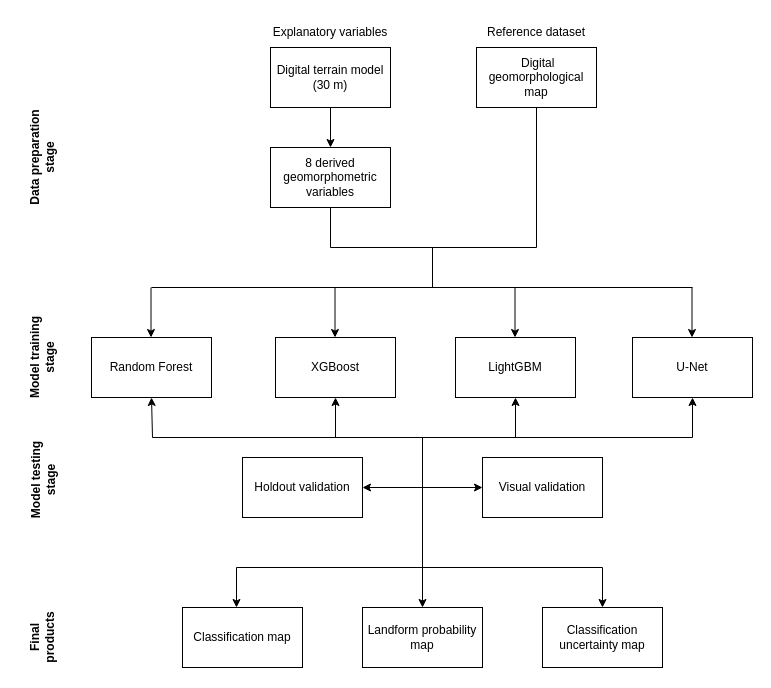
Before: figures/01_flowchart.drawio in kadyb/geomorph_classification, a draw.io diagram. Source tidied: cells renumbered, new cells numbered last; positions are measured from the earlier drawing's top-left corner, leaving out a move shared by most shapes. Both pictures are drawn from the tidied source at 100%, with x=0, y=0 at pixel (-8, 17).
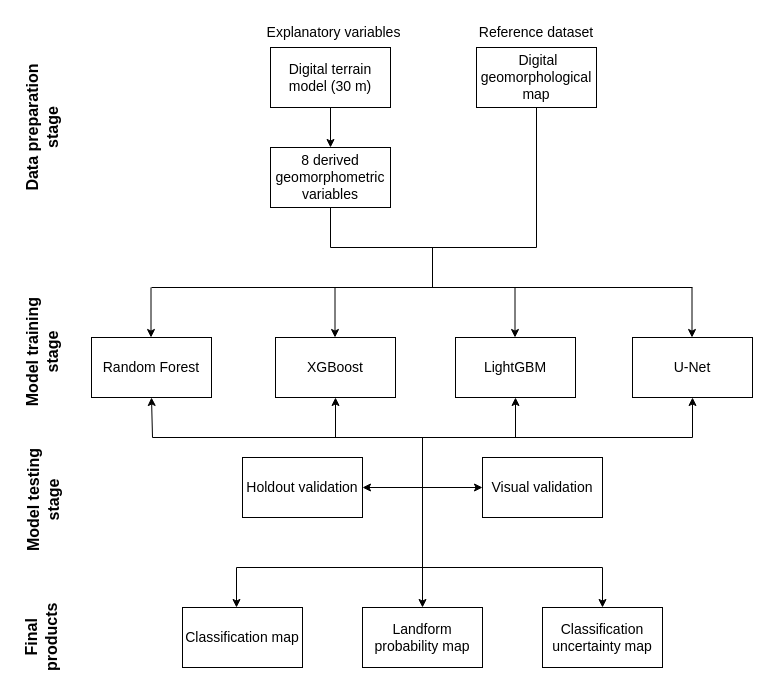
The same page after the edit.

Diff of the diagram source:
```diff
@@
-    <mxCell id="2" value="Digital terrain model (30 m)" style="rounded=0;whiteSpace=wrap;html=1;" parent="1" vertex="1">
+    <mxCell id="2" value="Digital terrain model (30 m)" style="rounded=0;whiteSpace=wrap;html=1;fontSize=14;" parent="1" vertex="1">
       <mxGeometry x="278" y="30" width="120" height="60" as="geometry" />
     </mxCell>
-    <mxCell id="3" value="Random Forest" style="rounded=0;whiteSpace=wrap;html=1;" parent="1" vertex="1">
+    <mxCell id="3" value="Random Forest" style="rounded=0;whiteSpace=wrap;html=1;fontSize=14;" parent="1" vertex="1">
       <mxGeometry x="99" y="320" width="120" height="60" as="geometry" />
     </mxCell>
-    <mxCell id="4" value="&lt;div&gt;XGBoost&lt;/div&gt;" style="rounded=0;whiteSpace=wrap;html=1;" parent="1" vertex="1">
+    <mxCell id="4" value="&lt;div style=&quot;font-size: 14px;&quot;&gt;XGBoost&lt;/div&gt;" style="rounded=0;whiteSpace=wrap;html=1;fontSize=14;" parent="1" vertex="1">
       <mxGeometry x="283" y="320" width="120" height="60" as="geometry" />
     </mxCell>
-    <mxCell id="5" value="LightGBM" style="rounded=0;whiteSpace=wrap;html=1;" parent="1" vertex="1">
+    <mxCell id="5" value="LightGBM" style="rounded=0;whiteSpace=wrap;html=1;fontSize=14;" parent="1" vertex="1">
       <mxGeometry x="463" y="320" width="120" height="60" as="geometry" />
     </mxCell>
-    <mxCell id="6" value="U-Net" style="rounded=0;whiteSpace=wrap;html=1;" parent="1" vertex="1">
+    <mxCell id="6" value="U-Net" style="rounded=0;whiteSpace=wrap;html=1;fontSize=14;" parent="1" vertex="1">
       <mxGeometry x="640" y="320" width="120" height="60" as="geometry" />
     </mxCell>
-    <mxCell id="7" value="8 derived geomorphometric variables" style="rounded=0;whiteSpace=wrap;html=1;" parent="1" vertex="1">
+    <mxCell id="7" value="8 derived geomorphometric variables" style="rounded=0;whiteSpace=wrap;html=1;fontSize=14;" parent="1" vertex="1">
       <mxGeometry x="278" y="130" width="120" height="60" as="geometry" />
     </mxCell>
-    <mxCell id="8" value="&lt;div&gt;&amp;nbsp;Digital geomorphological map&lt;/div&gt;" style="rounded=0;whiteSpace=wrap;html=1;" parent="1" vertex="1">
+    <mxCell id="8" value="&lt;div style=&quot;font-size: 14px;&quot;&gt;&amp;nbsp;Digital geomorphological map&lt;/div&gt;" style="rounded=0;whiteSpace=wrap;html=1;fontSize=14;" parent="1" vertex="1">
       <mxGeometry x="484" y="30" width="120" height="60" as="geometry" />
     </mxCell>
-    <mxCell id="9" value="Classification map" style="rounded=0;whiteSpace=wrap;html=1;" parent="1" vertex="1">
+    <mxCell id="9" value="Classification map" style="rounded=0;whiteSpace=wrap;html=1;fontSize=14;" parent="1" vertex="1">
       <mxGeometry x="190" y="590" width="120" height="60" as="geometry" />
     </mxCell>
-    <mxCell id="10" value="Landform probability map" style="rounded=0;whiteSpace=wrap;html=1;" parent="1" vertex="1">
+    <mxCell id="10" value="Landform probability map" style="rounded=0;whiteSpace=wrap;html=1;fontSize=14;" parent="1" vertex="1">
       <mxGeometry x="370" y="590" width="120" height="60" as="geometry" />
     </mxCell>
-    <mxCell id="11" value="Classification uncertainty map" style="rounded=0;whiteSpace=wrap;html=1;" parent="1" vertex="1">
+    <mxCell id="11" value="Classification uncertainty map" style="rounded=0;whiteSpace=wrap;html=1;fontSize=14;" parent="1" vertex="1">
       <mxGeometry x="550" y="590" width="120" height="60" as="geometry" />
     </mxCell>
-    <mxCell id="12" value="Reference dataset" style="text;strokeColor=none;align=center;fillColor=none;html=1;verticalAlign=middle;whiteSpace=wrap;rounded=0;" parent="1" vertex="1">
+    <mxCell id="12" value="Reference dataset" style="text;strokeColor=none;align=center;fillColor=none;html=1;verticalAlign=middle;whiteSpace=wrap;rounded=0;fontSize=14;" parent="1" vertex="1">
       <mxGeometry x="484" width="120" height="30" as="geometry" />
     </mxCell>
-    <mxCell id="13" value="Explanatory variables" style="text;strokeColor=none;align=center;fillColor=none;html=1;verticalAlign=middle;whiteSpace=wrap;rounded=0;" parent="1" vertex="1">
-      <mxGeometry x="273" width="130" height="30" as="geometry" />
+    <mxCell id="13" value="Explanatory variables" style="text;strokeColor=none;align=center;fillColor=none;html=1;verticalAlign=middle;whiteSpace=wrap;rounded=0;fontSize=14;" parent="1" vertex="1">
+      <mxGeometry x="273" width="137" height="30" as="geometry" />
     </mxCell>
-    <mxCell id="14" value="Holdout validation" style="rounded=0;whiteSpace=wrap;html=1;" parent="1" vertex="1">
+    <mxCell id="14" value="Holdout validation" style="rounded=0;whiteSpace=wrap;html=1;fontSize=14;" parent="1" vertex="1">
       <mxGeometry x="250" y="440" width="120" height="60" as="geometry" />
     </mxCell>
@@
-    <mxCell id="24" value="Model training stage" style="text;strokeColor=none;align=center;fillColor=none;html=1;verticalAlign=middle;whiteSpace=wrap;rounded=0;rotation=-90;fontStyle=1;" parent="1" vertex="1">
-      <mxGeometry x="5" y="315" width="90" height="50" as="geometry" />
+    <mxCell id="24" value="Model training stage" style="text;strokeColor=none;align=center;fillColor=none;html=1;verticalAlign=middle;whiteSpace=wrap;rounded=0;rotation=-90;fontStyle=1;fontSize=16;" parent="1" vertex="1">
+      <mxGeometry x="-6.2" y="310" width="112.5" height="50" as="geometry" />
     </mxCell>
-    <mxCell id="25" value="Data preparation stage" style="text;strokeColor=none;align=center;fillColor=none;html=1;verticalAlign=middle;whiteSpace=wrap;rounded=0;rotation=-90;fontStyle=1;" parent="1" vertex="1">
-      <mxGeometry y="120" width="100" height="40" as="geometry" />
+    <mxCell id="25" value="Data preparation stage" style="text;strokeColor=none;align=center;fillColor=none;html=1;verticalAlign=middle;whiteSpace=wrap;rounded=0;rotation=-90;fontStyle=1;fontSize=16;" parent="1" vertex="1">
+      <mxGeometry x="-30" y="90" width="160" height="40" as="geometry" />
     </mxCell>
-    <mxCell id="26" value="Visual validation" style="rounded=0;whiteSpace=wrap;html=1;" parent="1" vertex="1">
+    <mxCell id="26" value="Visual validation" style="rounded=0;whiteSpace=wrap;html=1;fontSize=14;" parent="1" vertex="1">
       <mxGeometry x="490" y="440" width="120" height="60" as="geometry" />
     </mxCell>
@@
-    <mxCell id="37" value="Final products" style="text;strokeColor=none;align=center;fillColor=none;html=1;verticalAlign=middle;whiteSpace=wrap;rounded=0;rotation=-90;fontStyle=1;" parent="1" vertex="1">
-      <mxGeometry x="20" y="605" width="60" height="30" as="geometry" />
+    <mxCell id="37" value="Final products" style="text;strokeColor=none;align=center;fillColor=none;html=1;verticalAlign=middle;whiteSpace=wrap;rounded=0;rotation=-90;fontStyle=1;fontSize=16;" parent="1" vertex="1">
+      <mxGeometry x="18.8" y="605" width="60" height="30" as="geometry" />
     </mxCell>
-    <mxCell id="38" value="Model testing stage" style="text;strokeColor=none;align=center;fillColor=none;html=1;verticalAlign=middle;whiteSpace=wrap;rounded=0;rotation=-90;fontStyle=1;" parent="1" vertex="1">
-      <mxGeometry x="10" y="440" width="80" height="45" as="geometry" />
+    <mxCell id="38" value="Model testing stage" style="text;strokeColor=none;align=center;fillColor=none;html=1;verticalAlign=middle;whiteSpace=wrap;rounded=0;rotation=-90;fontStyle=1;fontSize=16;" parent="1" vertex="1">
+      <mxGeometry x="-5" y="460" width="110" height="45" as="geometry" />
     </mxCell>
```
